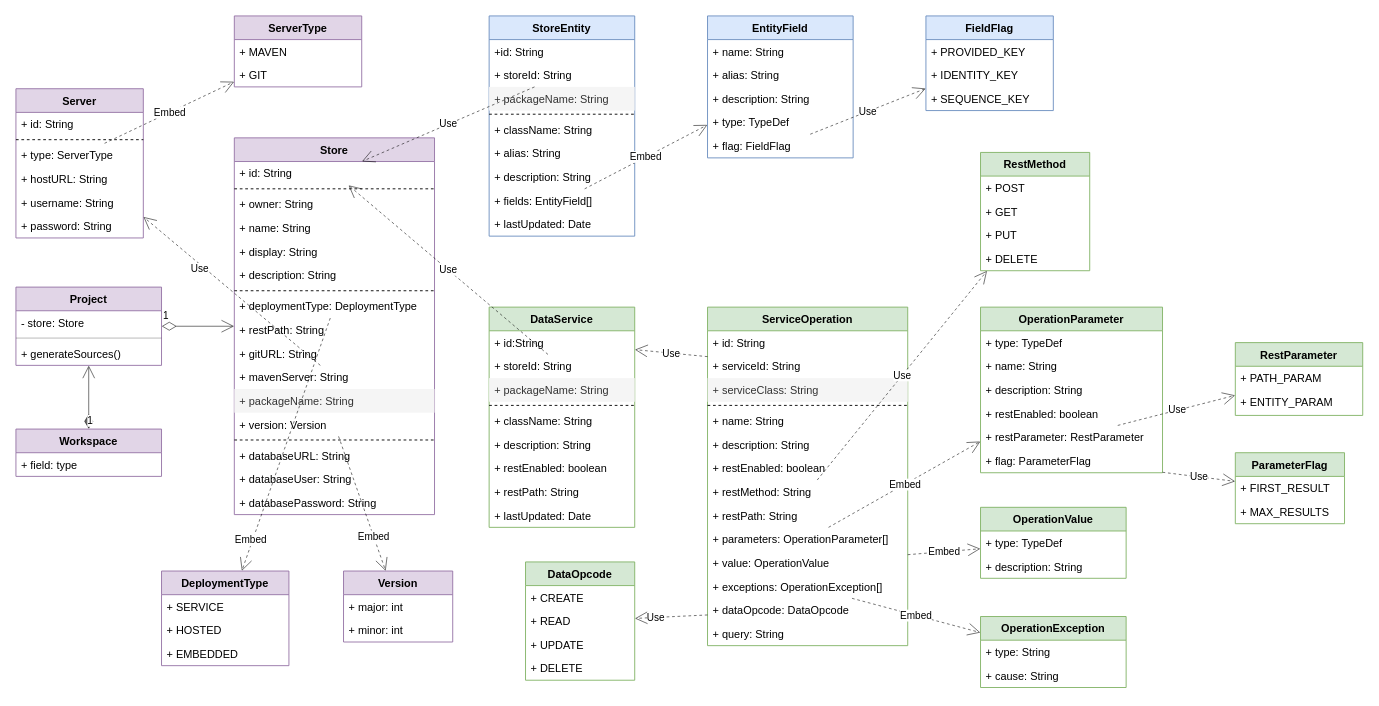
This is page "API Gateway Meta" (1 of 8) of doc/diagrams.drawio from js-lib-com/tiny-store, a draw.io file, before an edit. Source tidied: cells renumbered, new cells numbered last; positions are measured from the earlier drawing's top-left corner, leaving out a move shared by most shapes. Both pictures are drawn from the tidied source at 91%, with x=0, y=0 at pixel (15, 15).
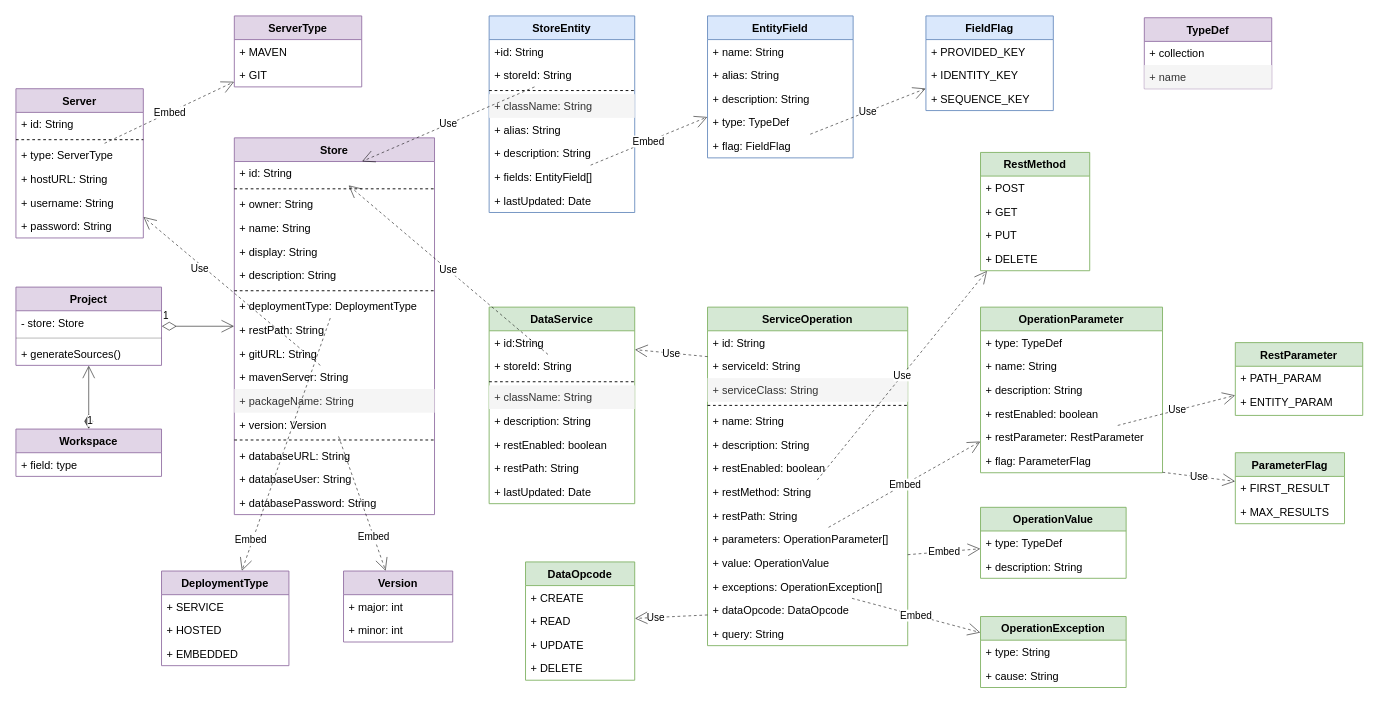
The same diagram, later.

Diff of the diagram source:
```diff
@@
     <mxCell id="20" value="StoreEntity" style="swimlane;fontStyle=1;align=center;verticalAlign=top;horizontal=1;startSize=26;rounded=0;fillColor=#dae8fc;strokeColor=#6c8ebf;" parent="1" vertex="1">
-      <mxGeometry x="520" width="160" height="242" as="geometry" />
+      <mxGeometry x="520" width="160" height="216" as="geometry" />
     </mxCell>
@@
-    <mxCell id="23" value="+ packageName: String" style="text;strokeColor=none;fillColor=#f5f5f5;align=left;verticalAlign=top;spacingLeft=4;spacingRight=4;overflow=hidden;fontStyle=0;fontColor=#333333;" parent="20" vertex="1">
-      <mxGeometry y="78" width="160" height="26" as="geometry" />
-    </mxCell>
     <mxCell id="24" style="line;strokeWidth=1;fillColor=none;align=left;verticalAlign=middle;spacingTop=-1;spacingLeft=3;spacingRight=3;labelPosition=right;dashed=1;" parent="20" vertex="1">
-      <mxGeometry y="104" width="160" height="8" as="geometry" />
+      <mxGeometry y="78" width="160" height="8" as="geometry" />
     </mxCell>
-    <mxCell id="25" value="+ className: String" style="text;strokeColor=none;fillColor=none;align=left;verticalAlign=top;spacingLeft=4;spacingRight=4;overflow=hidden;rounded=0;opacity=30;" parent="20" vertex="1">
-      <mxGeometry y="112" width="160" height="26" as="geometry" />
+    <mxCell id="25" value="+ className: String" style="text;strokeColor=none;fillColor=#f5f5f5;align=left;verticalAlign=top;spacingLeft=4;spacingRight=4;overflow=hidden;rounded=0;fontColor=#333333;" parent="20" vertex="1">
+      <mxGeometry y="86" width="160" height="26" as="geometry" />
     </mxCell>
     <mxCell id="26" value="+ alias: String" style="text;strokeColor=none;fillColor=none;align=left;verticalAlign=top;spacingLeft=4;spacingRight=4;overflow=hidden;rounded=0;opacity=30;" parent="20" vertex="1">
-      <mxGeometry y="138" width="160" height="26" as="geometry" />
+      <mxGeometry y="112" width="160" height="26" as="geometry" />
     </mxCell>
     <mxCell id="27" value="+ description: String" style="text;strokeColor=none;fillColor=none;align=left;verticalAlign=top;spacingLeft=4;spacingRight=4;overflow=hidden;rounded=0;opacity=30;" parent="20" vertex="1">
-      <mxGeometry y="164" width="160" height="26" as="geometry" />
+      <mxGeometry y="138" width="160" height="26" as="geometry" />
     </mxCell>
     <mxCell id="28" value="+ fields: EntityField[]" style="text;strokeColor=none;fillColor=none;align=left;verticalAlign=top;spacingLeft=4;spacingRight=4;overflow=hidden;points=[[0,0.5],[1,0.5]];portConstraint=eastwest;rounded=0;opacity=30;" parent="20" vertex="1">
-      <mxGeometry y="190" width="160" height="26" as="geometry" />
+      <mxGeometry y="164" width="160" height="26" as="geometry" />
     </mxCell>
     <mxCell id="29" value="+ lastUpdated: Date" style="text;strokeColor=none;fillColor=none;align=left;verticalAlign=top;spacingLeft=4;spacingRight=4;overflow=hidden;" parent="20" vertex="1">
-      <mxGeometry y="216" width="160" height="26" as="geometry" />
+      <mxGeometry y="190" width="160" height="26" as="geometry" />
     </mxCell>
     <mxCell id="30" value="DataService" style="swimlane;fontStyle=1;align=center;verticalAlign=top;horizontal=1;startSize=26;rounded=0;fillColor=#d5e8d4;strokeColor=#82b366;" parent="1" vertex="1">
-      <mxGeometry x="520" y="320" width="160" height="242" as="geometry" />
+      <mxGeometry x="520" y="320" width="160" height="216" as="geometry" />
     </mxCell>
@@
-    <mxCell id="33" value="+ packageName: String" style="text;strokeColor=none;fillColor=#f5f5f5;align=left;verticalAlign=top;spacingLeft=4;spacingRight=4;overflow=hidden;fontStyle=0;fontColor=#333333;" parent="30" vertex="1">
-      <mxGeometry y="78" width="160" height="26" as="geometry" />
-    </mxCell>
     <mxCell id="34" style="line;strokeWidth=1;fillColor=none;align=left;verticalAlign=middle;spacingTop=-1;spacingLeft=3;spacingRight=3;labelPosition=right;dashed=1;" parent="30" vertex="1">
-      <mxGeometry y="104" width="160" height="8" as="geometry" />
+      <mxGeometry y="78" width="160" height="8" as="geometry" />
     </mxCell>
-    <mxCell id="35" value="+ className: String" style="text;strokeColor=none;fillColor=none;align=left;verticalAlign=top;spacingLeft=4;spacingRight=4;overflow=hidden;rounded=0;opacity=30;" parent="30" vertex="1">
-      <mxGeometry y="112" width="160" height="26" as="geometry" />
+    <mxCell id="35" value="+ className: String" style="text;strokeColor=none;fillColor=#f5f5f5;align=left;verticalAlign=top;spacingLeft=4;spacingRight=4;overflow=hidden;rounded=0;fontColor=#333333;" parent="30" vertex="1">
+      <mxGeometry y="86" width="160" height="26" as="geometry" />
     </mxCell>
     <mxCell id="36" value="+ description: String" style="text;strokeColor=none;fillColor=none;align=left;verticalAlign=top;spacingLeft=4;spacingRight=4;overflow=hidden;rounded=0;opacity=30;" parent="30" vertex="1">
-      <mxGeometry y="138" width="160" height="26" as="geometry" />
+      <mxGeometry y="112" width="160" height="26" as="geometry" />
     </mxCell>
     <mxCell id="37" value="+ restEnabled: boolean" style="text;strokeColor=none;fillColor=none;align=left;verticalAlign=top;spacingLeft=4;spacingRight=4;overflow=hidden;" parent="30" vertex="1">
-      <mxGeometry y="164" width="160" height="26" as="geometry" />
+      <mxGeometry y="138" width="160" height="26" as="geometry" />
     </mxCell>
     <mxCell id="38" value="+ restPath: String" style="text;strokeColor=none;fillColor=none;align=left;verticalAlign=top;spacingLeft=4;spacingRight=4;overflow=hidden;rounded=0;opacity=30;" parent="30" vertex="1">
-      <mxGeometry y="190" width="160" height="26" as="geometry" />
+      <mxGeometry y="164" width="160" height="26" as="geometry" />
     </mxCell>
     <mxCell id="39" value="+ lastUpdated: Date" style="text;strokeColor=none;fillColor=none;align=left;verticalAlign=top;spacingLeft=4;spacingRight=4;overflow=hidden;" parent="30" vertex="1">
-      <mxGeometry y="216" width="160" height="26" as="geometry" />
+      <mxGeometry y="190" width="160" height="26" as="geometry" />
     </mxCell>
@@
+    <mxCell id="135" value="TypeDef" style="swimlane;fontStyle=1;horizontal=1;startSize=26;fillColor=#e1d5e7;strokeColor=#9673a6;" parent="1" vertex="1">
+      <mxGeometry x="1240" y="2" width="140" height="78" as="geometry" />
+    </mxCell>
+    <mxCell id="136" value="+ collection" style="text;strokeColor=none;fillColor=none;align=left;verticalAlign=top;spacingLeft=4;spacingRight=4;overflow=hidden;" parent="135" vertex="1">
+      <mxGeometry y="26" width="140" height="26" as="geometry" />
+    </mxCell>
+    <mxCell id="137" value="+ name" style="text;strokeColor=none;fillColor=#f5f5f5;align=left;verticalAlign=top;spacingLeft=4;spacingRight=4;overflow=hidden;fontColor=#333333;" parent="135" vertex="1">
+      <mxGeometry y="52" width="140" height="26" as="geometry" />
+    </mxCell>
```
